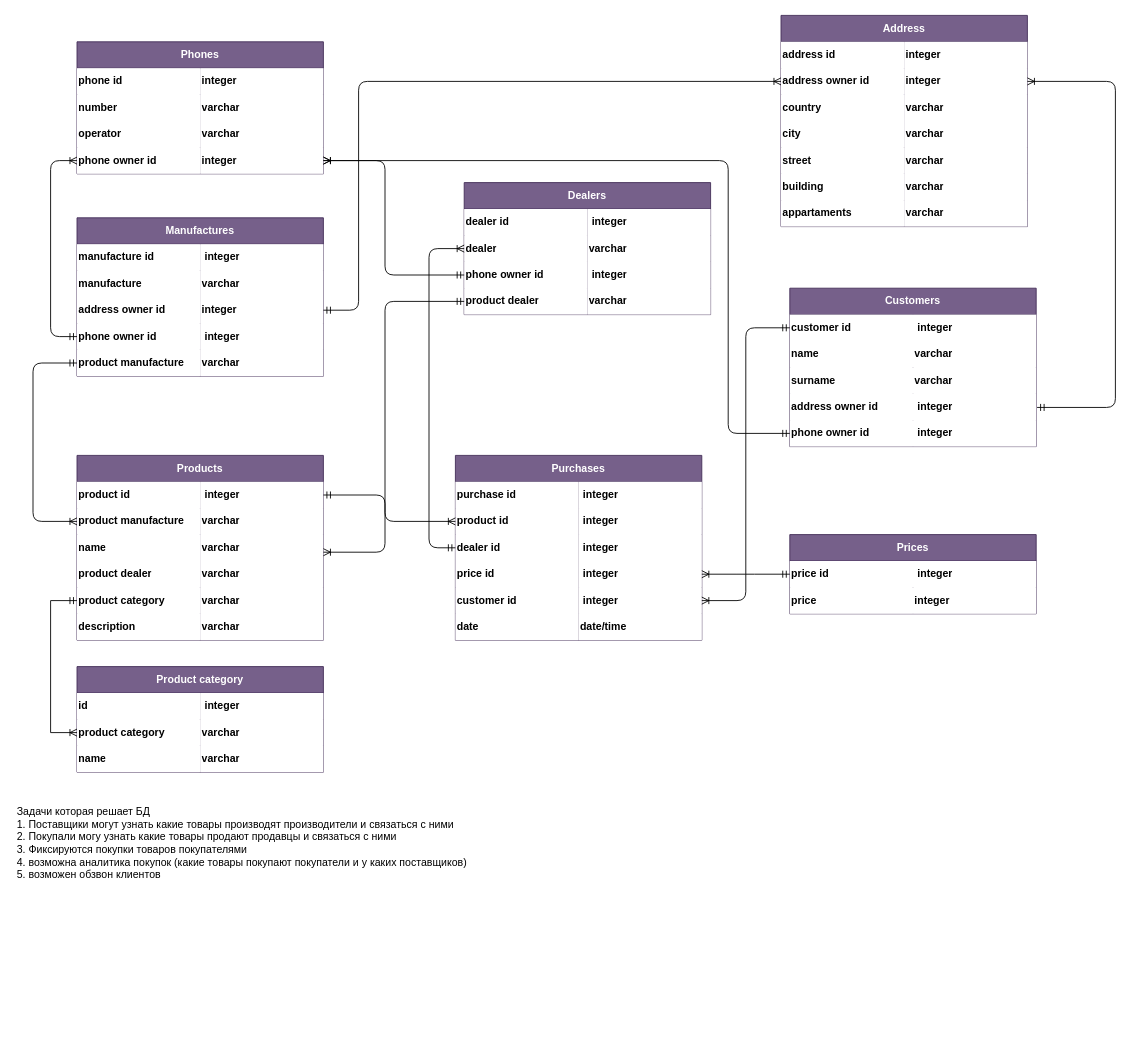
Earlier version of the draw.io diagram Homework02/HV02.drawio (korschunoffk/SUBD-OTUS-2024-08). Source tidied: cells renumbered, new cells numbered last; positions are measured from the earlier drawing's top-left corner, leaving out a move shared by most shapes. Both pictures are drawn from the tidied source at 88%, with x=0, y=0 at pixel (15, 15).
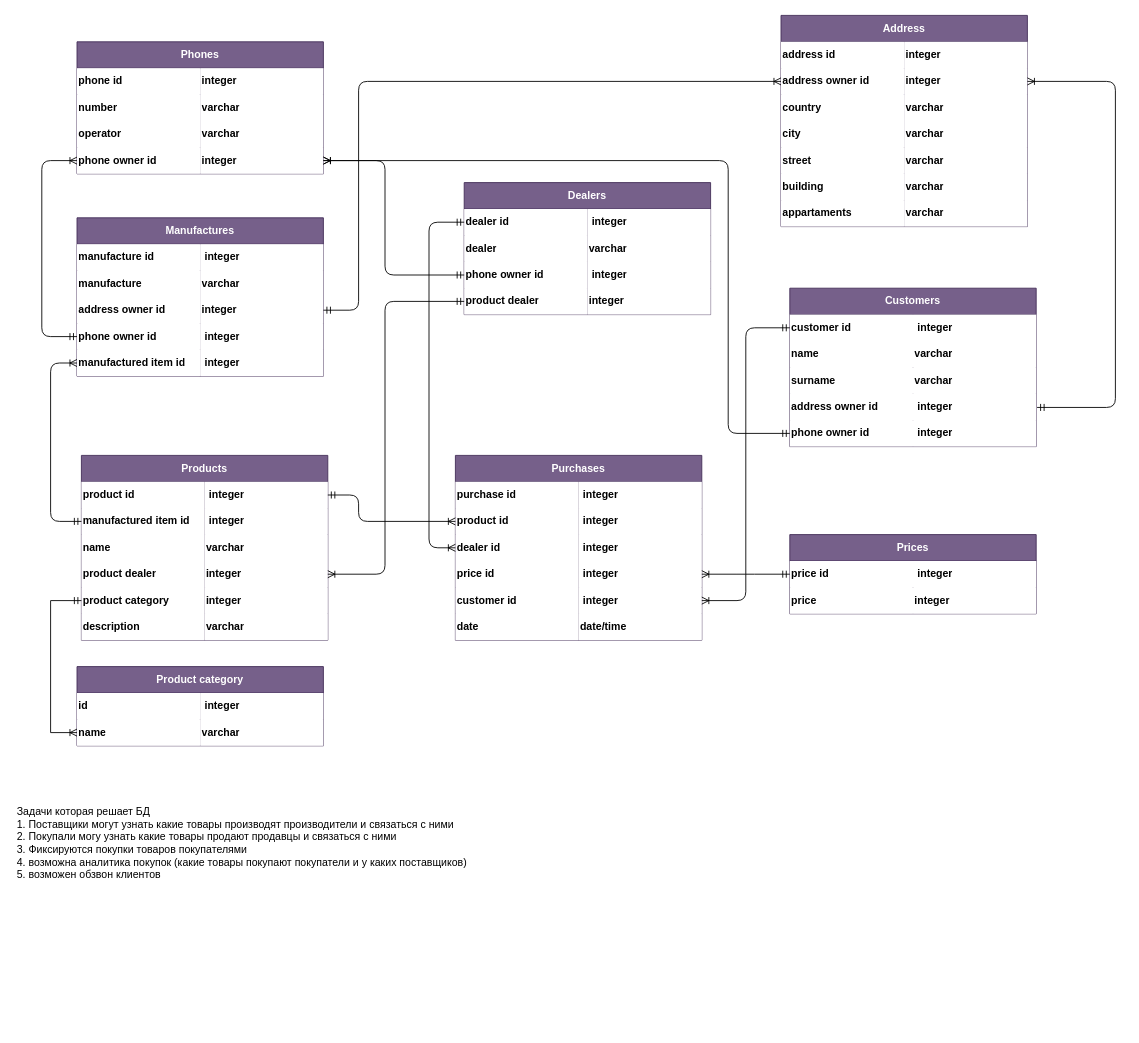
Above is the later version.

The change refers to these unchanged cells:
```xml
<mxCell id="3" style="shape=tableRow;horizontal=0;startSize=0;swimlaneHead=0;swimlaneBody=0;fillColor=none;points=[[0,0.5],[1,0.5]];portConstraint=eastwest;top=0;left=0;right=0;bottom=0;html=1;" parent="2" vertex="1">
  <mxGeometry y="30" width="280" height="30" as="geometry" />
</mxCell>
<mxCell id="6" style="shape=tableRow;horizontal=0;startSize=0;swimlaneHead=0;swimlaneBody=0;fillColor=none;points=[[0,0.5],[1,0.5]];portConstraint=eastwest;top=0;left=0;right=0;bottom=0;html=1;" parent="2" vertex="1">
  <mxGeometry y="60" width="280" height="30" as="geometry" />
</mxCell>
<mxCell id="12" style="shape=tableRow;horizontal=0;startSize=0;swimlaneHead=0;swimlaneBody=0;fillColor=none;points=[[0,0.5],[1,0.5]];portConstraint=eastwest;top=0;left=0;right=0;bottom=0;html=1;" parent="2" vertex="1">
  <mxGeometry y="120" width="280" height="30" as="geometry" />
</mxCell>
<mxCell id="15" style="shape=tableRow;horizontal=0;startSize=0;swimlaneHead=0;swimlaneBody=0;fillColor=none;points=[[0,0.5],[1,0.5]];portConstraint=eastwest;top=0;left=0;right=0;bottom=0;html=1;" parent="2" vertex="1">
  <mxGeometry y="150" width="280" height="30" as="geometry" />
</mxCell>
<mxCell id="39" style="shape=tableRow;horizontal=0;startSize=0;swimlaneHead=0;swimlaneBody=0;fillColor=none;points=[[0,0.5],[1,0.5]];portConstraint=eastwest;top=0;left=0;right=0;bottom=0;html=1;" parent="38" vertex="1">
  <mxGeometry y="30" width="280" height="30" as="geometry" />
</mxCell>
<mxCell id="42" style="shape=tableRow;horizontal=0;startSize=0;swimlaneHead=0;swimlaneBody=0;fillColor=none;points=[[0,0.5],[1,0.5]];portConstraint=eastwest;top=0;left=0;right=0;bottom=0;html=1;" parent="38" vertex="1">
  <mxGeometry y="60" width="280" height="30" as="geometry" />
</mxCell>
<mxCell id="48" style="shape=tableRow;horizontal=0;startSize=0;swimlaneHead=0;swimlaneBody=0;fillColor=none;points=[[0,0.5],[1,0.5]];portConstraint=eastwest;top=0;left=0;right=0;bottom=0;html=1;" parent="38" vertex="1">
  <mxGeometry y="120" width="280" height="30" as="geometry" />
</mxCell>
<mxCell id="61" style="shape=tableRow;horizontal=0;startSize=0;swimlaneHead=0;swimlaneBody=0;fillColor=none;points=[[0,0.5],[1,0.5]];portConstraint=eastwest;top=0;left=0;right=0;bottom=0;html=1;" parent="51" vertex="1">
  <mxGeometry y="120" width="280" height="30" as="geometry" />
</mxCell>
<mxCell id="64" style="shape=tableRow;horizontal=0;startSize=0;swimlaneHead=0;swimlaneBody=0;fillColor=none;points=[[0,0.5],[1,0.5]];portConstraint=eastwest;top=0;left=0;right=0;bottom=0;html=1;" parent="51" vertex="1">
  <mxGeometry y="150" width="280" height="30" as="geometry" />
</mxCell>
<mxCell id="87" style="shape=tableRow;horizontal=0;startSize=0;swimlaneHead=0;swimlaneBody=0;fillColor=none;points=[[0,0.5],[1,0.5]];portConstraint=eastwest;top=0;left=0;right=0;bottom=0;html=1;" parent="83" vertex="1">
  <mxGeometry y="60" width="280" height="30" as="geometry" />
</mxCell>
<mxCell id="90" style="shape=tableRow;horizontal=0;startSize=0;swimlaneHead=0;swimlaneBody=0;fillColor=none;points=[[0,0.5],[1,0.5]];portConstraint=eastwest;top=0;left=0;right=0;bottom=0;html=1;" parent="83" vertex="1">
  <mxGeometry y="90" width="280" height="30" as="geometry" />
</mxCell>
<mxCell id="119" style="shape=tableRow;horizontal=0;startSize=0;swimlaneHead=0;swimlaneBody=0;fillColor=none;points=[[0,0.5],[1,0.5]];portConstraint=eastwest;top=0;left=0;right=0;bottom=0;html=1;" parent="109" vertex="1">
  <mxGeometry y="120" width="280" height="30" as="geometry" />
</mxCell>
```

Change to the diagram source:
```diff
@@
     <mxCell id="2" value="Products" style="shape=table;startSize=30;childLayout=tableLayout;rowLines=0;fontStyle=1;align=center;html=1;whiteSpace=wrap;fillColor=#76608a;strokeColor=#432D57;fontColor=#ffffff;strokeWidth=1;perimeterSpacing=1;" parent="1" vertex="1">
-      <mxGeometry x="70" y="500" width="280" height="210" as="geometry" />
+      <mxGeometry x="75" y="500" width="280" height="210" as="geometry" />
     </mxCell>
@@
-    <mxCell id="7" value="product manufacture" style="shape=partialRectangle;fillColor=#FFFFFF;top=0;left=0;bottom=0;right=0;fontStyle=1;overflow=hidden;html=1;whiteSpace=wrap;strokeColor=#000000;fontColor=#000000;perimeterSpacing=1;align=left;" parent="6" vertex="1">
+    <mxCell id="7" value="&lt;span style=&quot;background-color: initial;&quot;&gt;manufactured item id&lt;/span&gt;" style="shape=partialRectangle;fillColor=#FFFFFF;top=0;left=0;bottom=0;right=0;fontStyle=1;overflow=hidden;html=1;whiteSpace=wrap;strokeColor=#000000;fontColor=#000000;perimeterSpacing=1;align=left;" parent="6" vertex="1">
       <mxGeometry width="140" height="30" as="geometry" />
     </mxCell>
-    <mxCell id="8" value="&lt;span style=&quot;color: rgb(0, 0, 0);&quot;&gt;varchar&lt;/span&gt;" style="shape=partialRectangle;fillColor=#FFFFFF;top=0;left=0;bottom=0;right=0;fontStyle=1;overflow=hidden;html=1;whiteSpace=wrap;strokeWidth=1;strokeColor=#000000;perimeterSpacing=1;fillStyle=auto;align=left;labelBorderColor=none;" parent="6" vertex="1">
+    <mxCell id="8" value="&lt;span style=&quot;color: rgb(0, 0, 0);&quot;&gt;&amp;nbsp;integer&lt;/span&gt;" style="shape=partialRectangle;fillColor=#FFFFFF;top=0;left=0;bottom=0;right=0;fontStyle=1;overflow=hidden;html=1;whiteSpace=wrap;strokeWidth=1;strokeColor=#000000;perimeterSpacing=1;fillStyle=auto;align=left;labelBorderColor=none;" parent="6" vertex="1">
       <mxGeometry x="140" width="140" height="30" as="geometry" />
     </mxCell>
@@
-    <mxCell id="14" value="&lt;span style=&quot;color: rgb(0, 0, 0); background-color: rgb(255, 255, 255);&quot;&gt;varchar&lt;/span&gt;" style="shape=partialRectangle;fillColor=#FFFFFF;top=0;left=0;bottom=0;right=0;fontStyle=1;overflow=hidden;html=1;whiteSpace=wrap;strokeWidth=1;strokeColor=#000000;perimeterSpacing=1;fillStyle=auto;align=left;labelBorderColor=none;" parent="12" vertex="1">
+    <mxCell id="14" value="&lt;span style=&quot;color: rgb(0, 0, 0); background-color: rgb(255, 255, 255);&quot;&gt;integer&lt;/span&gt;" style="shape=partialRectangle;fillColor=#FFFFFF;top=0;left=0;bottom=0;right=0;fontStyle=1;overflow=hidden;html=1;whiteSpace=wrap;strokeWidth=1;strokeColor=#000000;perimeterSpacing=1;fillStyle=auto;align=left;labelBorderColor=none;" parent="12" vertex="1">
       <mxGeometry x="140" width="140" height="30" as="geometry" />
     </mxCell>
@@
-    <mxCell id="17" value="varchar" style="shape=partialRectangle;fillColor=#FFFFFF;top=0;left=0;bottom=0;right=0;fontStyle=1;overflow=hidden;html=1;whiteSpace=wrap;strokeColor=#000000;fontColor=#000000;perimeterSpacing=1;align=left;" parent="15" vertex="1">
+    <mxCell id="17" value="integer" style="shape=partialRectangle;fillColor=#FFFFFF;top=0;left=0;bottom=0;right=0;fontStyle=1;overflow=hidden;html=1;whiteSpace=wrap;strokeColor=#000000;fontColor=#000000;perimeterSpacing=1;align=left;" parent="15" vertex="1">
       <mxGeometry x="140" width="140" height="30" as="geometry" />
     </mxCell>
@@
     <mxCell id="28" value="Product category" style="shape=table;startSize=30;childLayout=tableLayout;rowLines=0;fontStyle=1;align=center;html=1;whiteSpace=wrap;fillColor=#76608a;strokeColor=#432D57;fontColor=#ffffff;strokeWidth=1;perimeterSpacing=1;" parent="1" vertex="1">
-      <mxGeometry x="70" y="740" width="280" height="120" as="geometry" />
+      <mxGeometry x="70" y="740" width="280" height="90" as="geometry" />
     </mxCell>
@@
-    <mxCell id="32" style="shape=tableRow;horizontal=0;startSize=0;swimlaneHead=0;swimlaneBody=0;fillColor=none;points=[[0,0.5],[1,0.5]];portConstraint=eastwest;top=0;left=0;right=0;bottom=0;html=1;" parent="28" vertex="1">
-      <mxGeometry y="60" width="280" height="30" as="geometry" />
-    </mxCell>
-    <mxCell id="33" value="&lt;span style=&quot;color: rgb(0, 0, 0);&quot;&gt;product category&amp;nbsp;&lt;/span&gt;" style="shape=partialRectangle;fillColor=#FFFFFF;top=0;left=0;bottom=0;right=0;fontStyle=1;overflow=hidden;html=1;whiteSpace=wrap;strokeWidth=1;strokeColor=#000000;perimeterSpacing=1;align=left;textShadow=0;" parent="32" vertex="1">
-      <mxGeometry width="140" height="30" as="geometry" />
-    </mxCell>
-    <mxCell id="34" value="varchar" style="shape=partialRectangle;fillColor=#FFFFFF;top=0;left=0;bottom=0;right=0;fontStyle=1;overflow=hidden;html=1;whiteSpace=wrap;strokeColor=#000000;fontColor=#000000;perimeterSpacing=1;align=left;" parent="32" vertex="1">
-      <mxGeometry x="140" width="140" height="30" as="geometry" />
-    </mxCell>
     <mxCell id="35" style="shape=tableRow;horizontal=0;startSize=0;swimlaneHead=0;swimlaneBody=0;fillColor=none;points=[[0,0.5],[1,0.5]];portConstraint=eastwest;top=0;left=0;right=0;bottom=0;html=1;" parent="28" vertex="1">
-      <mxGeometry y="90" width="280" height="30" as="geometry" />
+      <mxGeometry y="60" width="280" height="30" as="geometry" />
     </mxCell>
@@
-    <mxCell id="50" value="&lt;span style=&quot;background-color: rgb(255, 255, 255);&quot;&gt;varchar&lt;/span&gt;" style="shape=partialRectangle;fillColor=#FFFFFF;top=0;left=0;bottom=0;right=0;fontStyle=1;overflow=hidden;html=1;whiteSpace=wrap;strokeColor=#000000;fontColor=#000000;perimeterSpacing=1;align=left;" parent="48" vertex="1">
+    <mxCell id="50" value="&lt;span style=&quot;background-color: rgb(255, 255, 255);&quot;&gt;integer&lt;/span&gt;" style="shape=partialRectangle;fillColor=#FFFFFF;top=0;left=0;bottom=0;right=0;fontStyle=1;overflow=hidden;html=1;whiteSpace=wrap;strokeColor=#000000;fontColor=#000000;perimeterSpacing=1;align=left;" parent="48" vertex="1">
       <mxGeometry x="140" width="140" height="30" as="geometry" />
     </mxCell>
@@
-    <mxCell id="65" value="&lt;span style=&quot;color: rgb(0, 0, 0);&quot;&gt;product manufacture&lt;/span&gt;" style="shape=partialRectangle;fillColor=#FFFFFF;top=0;left=0;bottom=0;right=0;fontStyle=1;overflow=hidden;html=1;whiteSpace=wrap;strokeWidth=1;strokeColor=#000000;perimeterSpacing=1;align=left;textShadow=0;" parent="64" vertex="1">
-      <mxGeometry width="140" height="30" as="geometry" />
-    </mxCell>
-    <mxCell id="66" value="varchar" style="shape=partialRectangle;fillColor=#FFFFFF;top=0;left=0;bottom=0;right=0;fontStyle=1;overflow=hidden;html=1;whiteSpace=wrap;strokeColor=#000000;fontColor=#000000;perimeterSpacing=1;align=left;" parent="64" vertex="1">
-      <mxGeometry x="140" width="140" height="30" as="geometry" />
-    </mxCell>
+    <mxCell id="150" value="&lt;font color=&quot;#000000&quot;&gt;manufactured item id&lt;/font&gt;" style="shape=partialRectangle;fillColor=#FFFFFF;top=0;left=0;bottom=0;right=0;fontStyle=1;overflow=hidden;html=1;whiteSpace=wrap;strokeWidth=1;strokeColor=#000000;perimeterSpacing=1;align=left;textShadow=0;" parent="64" vertex="1">
+      <mxGeometry width="140" height="30" as="geometry" />
+    </mxCell>
+    <mxCell id="151" value="&amp;nbsp;integer" style="shape=partialRectangle;fillColor=#FFFFFF;top=0;left=0;bottom=0;right=0;fontStyle=1;overflow=hidden;html=1;whiteSpace=wrap;strokeColor=#000000;fontColor=#000000;perimeterSpacing=1;align=left;" parent="64" vertex="1">
+      <mxGeometry x="140" width="140" height="30" as="geometry" />
+    </mxCell>
@@
-    <mxCell id="103" style="edgeStyle=elbowEdgeStyle;fontSize=12;html=1;endArrow=ERmandOne;startArrow=ERoneToMany;rounded=1;exitX=0;exitY=0.5;exitDx=0;exitDy=0;entryX=0;entryY=0.5;entryDx=0;entryDy=0;curved=0;startFill=0;endFill=0;" parent="1" edge="1" source="42" target="90">
+    <mxCell id="103" style="edgeStyle=elbowEdgeStyle;fontSize=12;html=1;endArrow=ERoneToMany;startArrow=ERmandOne;rounded=1;exitX=0;exitY=0.5;exitDx=0;exitDy=0;entryX=0;entryY=0.5;entryDx=0;entryDy=0;curved=0;startFill=0;endFill=0;" parent="1" edge="1" source="39" target="90">
       <mxGeometry relative="1" as="geometry">
         <Array as="points">
           <mxPoint x="470" y="460" />
         </Array>
       </mxGeometry>
     </mxCell>
@@
     <mxCell id="105" style="edgeStyle=elbowEdgeStyle;fontSize=12;html=1;endArrow=ERmandOne;startArrow=ERoneToMany;rounded=1;exitX=0;exitY=0.5;exitDx=0;exitDy=0;entryX=1;entryY=0.5;entryDx=0;entryDy=0;curved=0;startFill=0;endFill=0;" parent="1" edge="1" source="87" target="3">
       <mxGeometry relative="1" as="geometry">
         <Array as="points">
-          <mxPoint x="420" y="560" />
+          <mxPoint x="390" y="560" />
         </Array>
       </mxGeometry>
     </mxCell>
-    <mxCell id="106" style="edgeStyle=elbowEdgeStyle;fontSize=12;html=1;endArrow=ERmandOne;startArrow=ERoneToMany;rounded=0;entryX=0;entryY=0.5;entryDx=0;entryDy=0;exitX=0;exitY=0.5;exitDx=0;exitDy=0;startFill=0;endFill=0;" parent="1" edge="1" source="32" target="15">
+    <mxCell id="106" style="edgeStyle=elbowEdgeStyle;fontSize=12;html=1;endArrow=ERmandOne;startArrow=ERoneToMany;rounded=0;entryX=0;entryY=0.5;entryDx=0;entryDy=0;exitX=0;exitY=0.5;exitDx=0;exitDy=0;startFill=0;endFill=0;" parent="1" edge="1" source="35" target="15">
       <mxGeometry relative="1" as="geometry">
         <Array as="points">
           <mxPoint x="40" y="690" />
         </Array>
       </mxGeometry>
     </mxCell>
-    <mxCell id="107" style="endArrow=ERmandOne;html=1;rounded=1;exitX=0;exitY=0.5;exitDx=0;exitDy=0;entryX=0;entryY=0.5;entryDx=0;entryDy=0;edgeStyle=elbowEdgeStyle;curved=0;endFill=0;startArrow=ERoneToMany;startFill=0;" parent="1" edge="1" source="6" target="64">
+    <mxCell id="107" style="endArrow=ERoneToMany;html=1;rounded=1;exitX=0;exitY=0.5;exitDx=0;exitDy=0;entryX=0;entryY=0.5;entryDx=0;entryDy=0;edgeStyle=elbowEdgeStyle;curved=0;endFill=0;startArrow=ERmandOne;startFill=0;" parent="1" edge="1" source="6" target="64">
       <mxGeometry relative="1" as="geometry">
         <Array as="points">
-          <mxPoint x="20" y="470" />
+          <mxPoint x="40" y="490" />
         </Array>
       </mxGeometry>
     </mxCell>
-    <mxCell id="108" style="endArrow=ERmandOne;html=1;rounded=1;edgeStyle=orthogonalEdgeStyle;curved=0;endFill=0;startArrow=ERoneToMany;startFill=0;entryX=0;entryY=0.5;entryDx=0;entryDy=0;" parent="1" edge="1" target="48">
+    <mxCell id="108" style="endArrow=ERmandOne;html=1;rounded=1;edgeStyle=orthogonalEdgeStyle;curved=0;endFill=0;startArrow=ERoneToMany;startFill=0;entryX=0;entryY=0.5;entryDx=0;entryDy=0;exitX=1;exitY=0.5;exitDx=0;exitDy=0;" parent="1" edge="1" source="12" target="48">
       <mxGeometry relative="1" as="geometry">
-        <mxPoint x="350" y="610" as="sourcePoint" />
         <Array as="points">
-          <mxPoint x="420" y="610" />
+          <mxPoint x="420" y="635" />
           <mxPoint x="420" y="325" />
         </Array>
       </mxGeometry>
     </mxCell>
@@
     <mxCell id="144" style="endArrow=ERoneToMany;html=1;rounded=1;entryX=0;entryY=0.5;entryDx=0;entryDy=0;exitX=0;exitY=0.5;exitDx=0;exitDy=0;edgeStyle=elbowEdgeStyle;curved=0;endFill=0;startArrow=ERmandOne;startFill=0;" parent="1" edge="1" source="61" target="119">
       <mxGeometry relative="1" as="geometry">
         <Array as="points">
-          <mxPoint x="40" y="220" />
+          <mxPoint x="30" y="260" />
         </Array>
       </mxGeometry>
     </mxCell>
```
